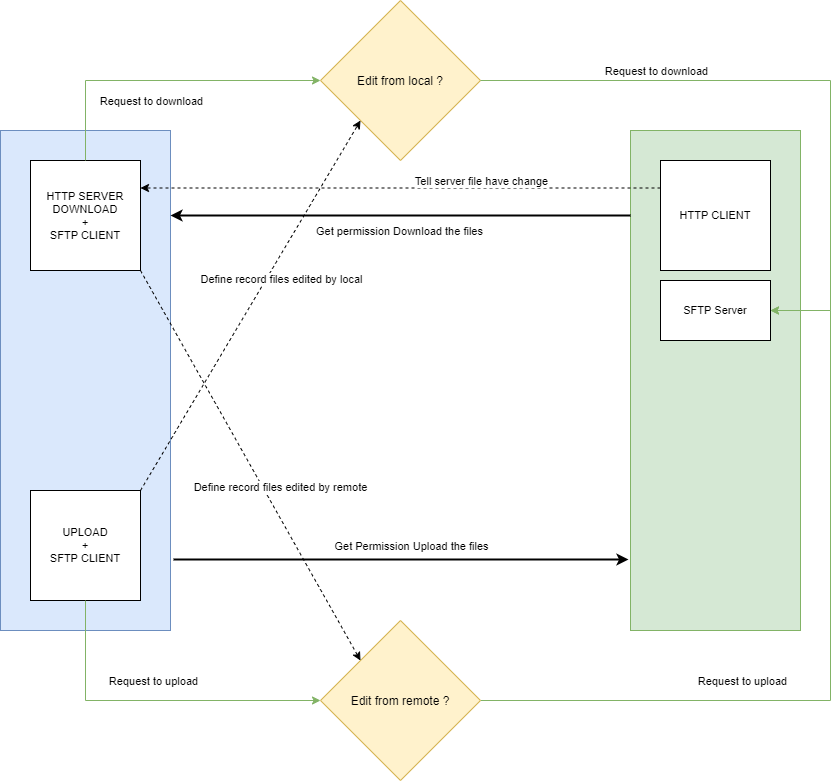
This is diagram_devsync2.png from rolldone/ngi-sync, a draw.io export, as it was before one commit. Source tidied: cells renumbered, new cells last; positions are measured from the earlier drawing's top-left corner, leaving out a move shared by most shapes.
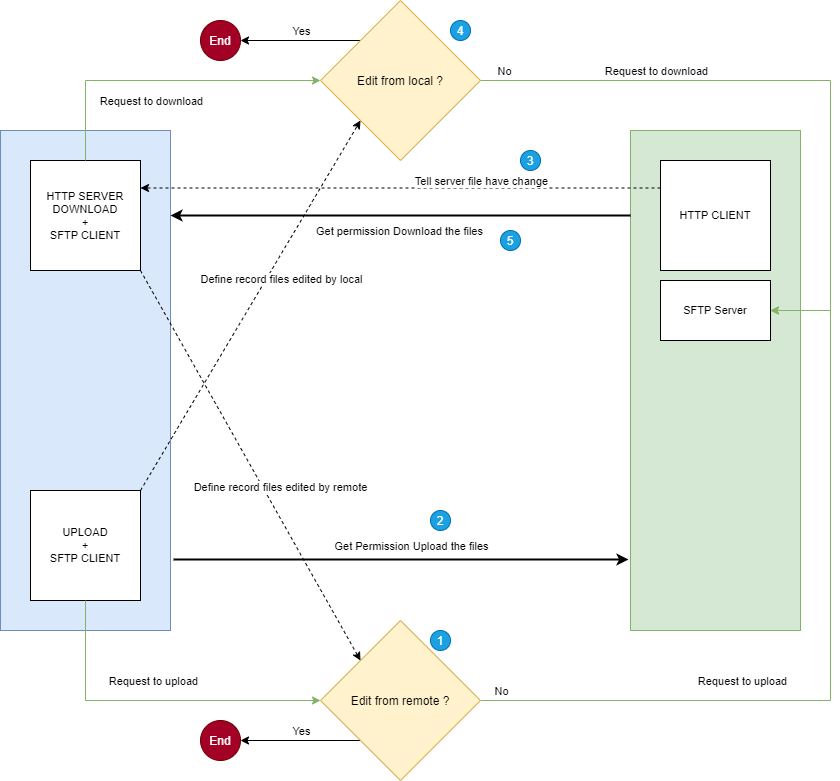
After the change.

Commit message:
New asset - Add scheme devsync and devsync2

Diff of the diagram source:
```diff
@@ -50,6 +50,14 @@
         <mxPoint x="10" y="18" as="offset" />
       </mxGeometry>
     </mxCell>
+    <mxCell id="30" style="edgeStyle=orthogonalEdgeStyle;rounded=0;jettySize=auto;html=1;exitX=0;exitY=0;exitDx=0;exitDy=0;entryX=1;entryY=0.5;entryDx=0;entryDy=0;" parent="5" edge="1" source="15" target="41">
+      <mxGeometry relative="1" as="geometry" />
+    </mxCell>
+    <mxCell id="31" value="Yes" style="edgeLabel;html=1;align=center;verticalAlign=middle;" parent="30" vertex="1">
+      <mxGeometry x="-0.17" y="1" relative="1" as="geometry">
+        <mxPoint x="-10" y="-11" as="offset" />
+      </mxGeometry>
+    </mxCell>
     <mxCell id="15" value="Edit from local ?" style="rhombus;whiteSpace=wrap;html=1;fillColor=#fff2cc;strokeColor=#d6b656;" parent="5" vertex="1">
       <mxGeometry x="320" width="160" height="160" as="geometry" />
     </mxCell>
@@ -74,6 +82,11 @@
         <mxPoint x="27" y="-14" as="offset" />
       </mxGeometry>
     </mxCell>
+    <mxCell id="32" value="No" style="edgeLabel;html=1;align=center;verticalAlign=middle;" parent="18" vertex="1">
+      <mxGeometry x="-0.93" relative="1" as="geometry">
+        <mxPoint y="-10" as="offset" />
+      </mxGeometry>
+    </mxCell>
     <mxCell id="20" style="edgeStyle=orthogonalEdgeStyle;rounded=0;jettySize=auto;html=1;strokeWidth=1;entryX=1;entryY=0.5;entryDx=0;entryDy=0;fillColor=#d5e8d4;strokeColor=#82b366;exitX=1;exitY=0.5;exitDx=0;exitDy=0;" parent="5" edge="1" source="22" target="27">
       <mxGeometry relative="1" as="geometry">
         <Array as="points">
@@ -87,6 +100,19 @@
         <mxPoint y="-18" as="offset" />
       </mxGeometry>
     </mxCell>
+    <mxCell id="33" value="No" style="edgeLabel;html=1;align=center;verticalAlign=middle;" parent="20" vertex="1">
+      <mxGeometry x="-0.95" relative="1" as="geometry">
+        <mxPoint y="-10" as="offset" />
+      </mxGeometry>
+    </mxCell>
+    <mxCell id="34" style="edgeStyle=orthogonalEdgeStyle;rounded=0;jettySize=auto;html=1;exitX=0;exitY=1;exitDx=0;exitDy=0;entryX=1;entryY=0.5;entryDx=0;entryDy=0;" parent="5" edge="1" source="22" target="42">
+      <mxGeometry relative="1" as="geometry" />
+    </mxCell>
+    <mxCell id="35" value="Yes" style="edgeLabel;html=1;align=center;verticalAlign=middle;" parent="34" vertex="1">
+      <mxGeometry x="-0.11" relative="1" as="geometry">
+        <mxPoint x="-6.9" y="-10" as="offset" />
+      </mxGeometry>
+    </mxCell>
     <mxCell id="22" value="Edit from remote ?" style="rhombus;whiteSpace=wrap;html=1;fillColor=#fff2cc;strokeColor=#d6b656;" parent="5" vertex="1">
       <mxGeometry x="320" y="620" width="160" height="160" as="geometry" />
     </mxCell>
@@ -121,5 +147,26 @@
         <mxPoint x="35.9" y="-12" as="offset" />
       </mxGeometry>
     </mxCell>
+    <mxCell id="36" value="1" style="ellipse;whiteSpace=wrap;html=1;fillColor=#1ba1e2;strokeColor=#006EAF;fontColor=#ffffff;" parent="5" vertex="1">
+      <mxGeometry x="430" y="630" width="20" height="20" as="geometry" />
+    </mxCell>
+    <mxCell id="37" value="2" style="ellipse;whiteSpace=wrap;html=1;fillColor=#1ba1e2;strokeColor=#006EAF;fontColor=#ffffff;" parent="5" vertex="1">
+      <mxGeometry x="430" y="510" width="20" height="20" as="geometry" />
+    </mxCell>
+    <mxCell id="38" value="3" style="ellipse;whiteSpace=wrap;html=1;fillColor=#1ba1e2;strokeColor=#006EAF;fontColor=#ffffff;" parent="5" vertex="1">
+      <mxGeometry x="520" y="150" width="20" height="20" as="geometry" />
+    </mxCell>
+    <mxCell id="39" value="4" style="ellipse;whiteSpace=wrap;html=1;fillColor=#1ba1e2;strokeColor=#006EAF;fontColor=#ffffff;" parent="5" vertex="1">
+      <mxGeometry x="450" y="20" width="20" height="20" as="geometry" />
+    </mxCell>
+    <mxCell id="40" value="5" style="ellipse;whiteSpace=wrap;html=1;fillColor=#1ba1e2;strokeColor=#006EAF;fontColor=#ffffff;" parent="5" vertex="1">
+      <mxGeometry x="500" y="230" width="20" height="20" as="geometry" />
+    </mxCell>
+    <mxCell id="41" value="End" style="ellipse;whiteSpace=wrap;html=1;fillColor=#a20025;strokeColor=#6F0000;fontColor=#ffffff;" parent="5" vertex="1">
+      <mxGeometry x="200" y="20" width="40" height="40" as="geometry" />
+    </mxCell>
+    <mxCell id="42" value="End" style="ellipse;whiteSpace=wrap;html=1;fillColor=#a20025;strokeColor=#6F0000;fontColor=#ffffff;" parent="5" vertex="1">
+      <mxGeometry x="200" y="720" width="40" height="40" as="geometry" />
+    </mxCell>
   </root>
 </mxGraphModel>
```
